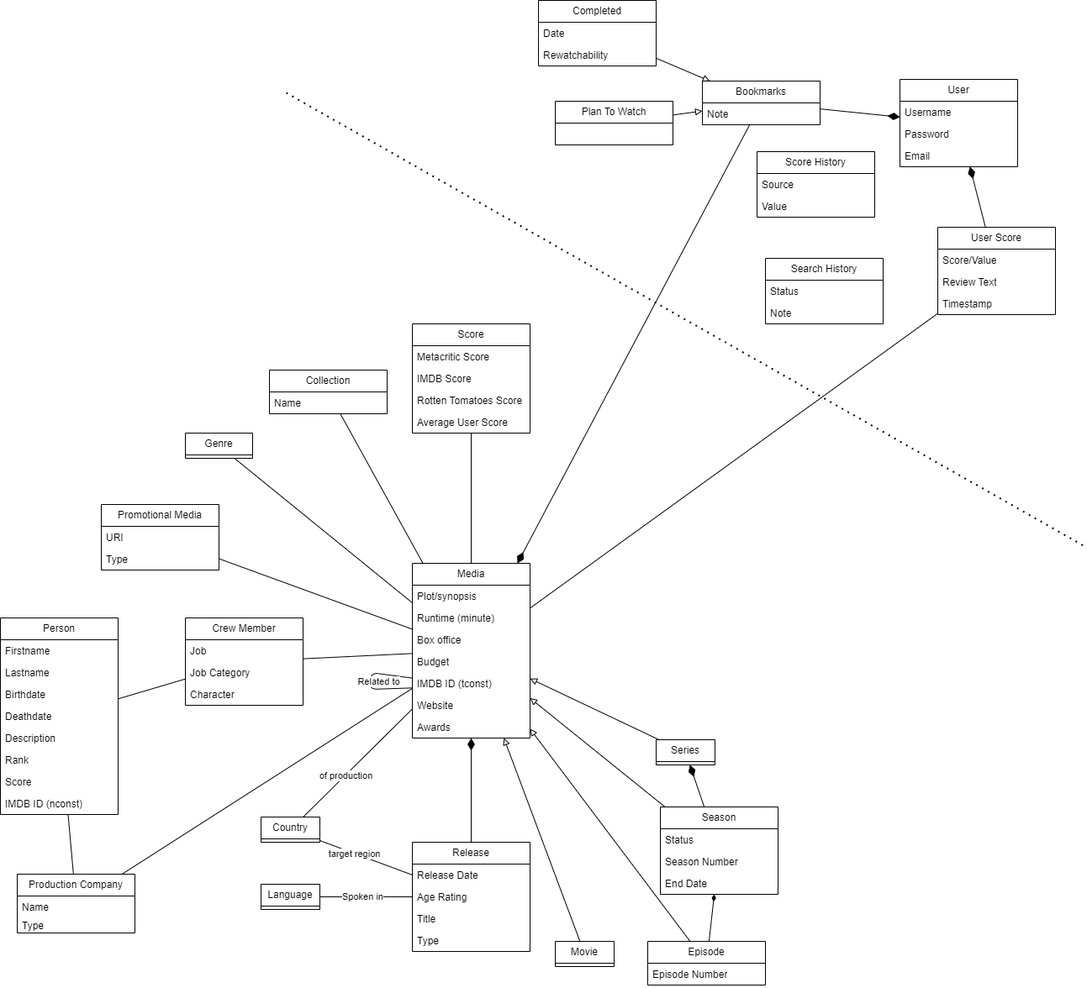
The draw.io diagram domain_model.drawio.png in RUC-MSc-CS-CIT-2024/portfolio_subproject_1, before a commit. Source tidied: cells renumbered, new cells last; positions are measured from the earlier drawing's top-left corner, leaving out a move shared by most shapes.
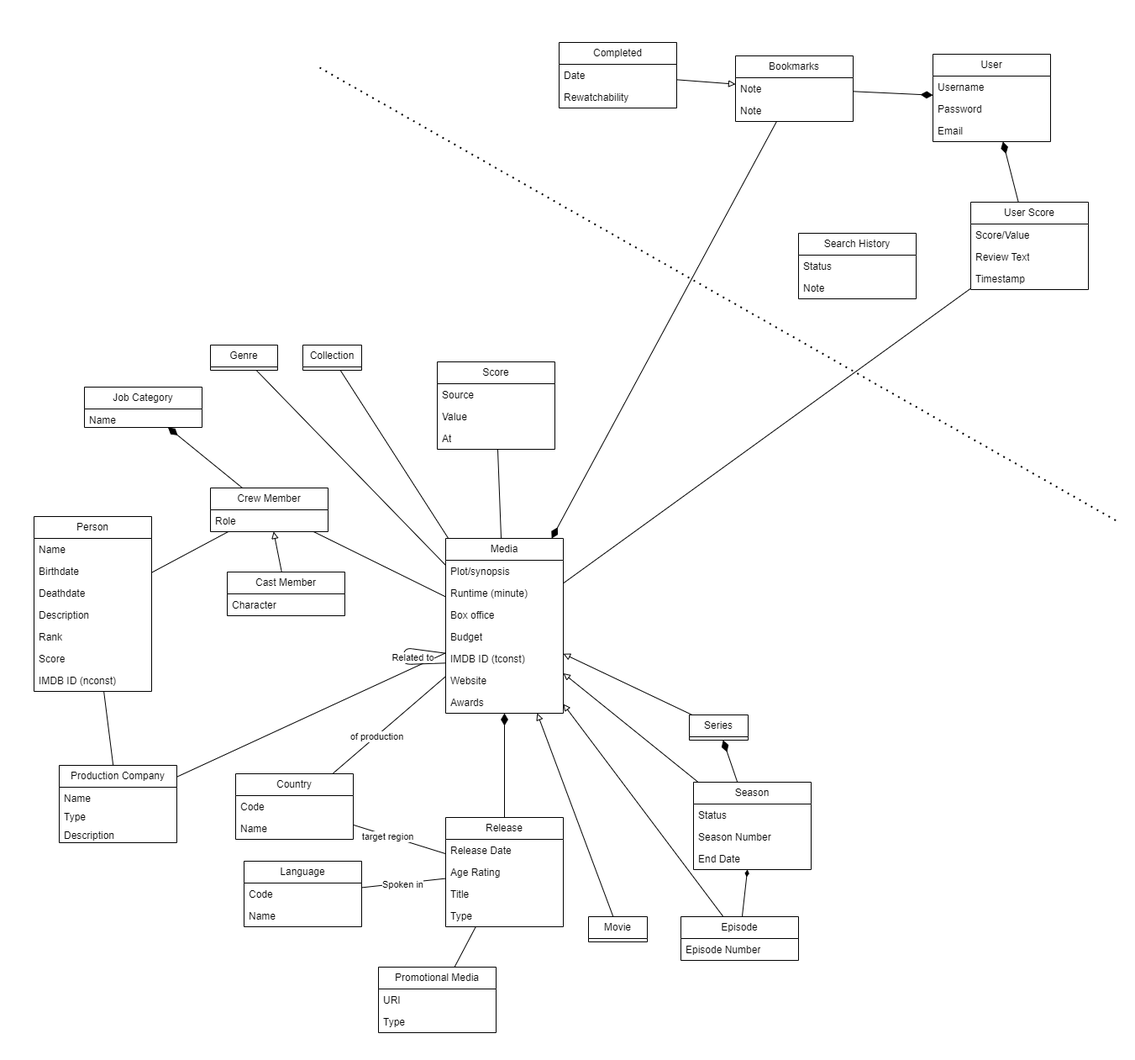
The same diagram one commit later.

Commit message:
feat: add build scripts for core data schema (#5)

What changed in the source:
```diff
@@ -2,6 +2,9 @@
   <root>
     <mxCell id="0" />
     <mxCell id="1" parent="0" />
+    <mxCell id="102" style="rounded=0;whiteSpace=wrap;html=1;imageAspect=1;shadow=0;glass=0;gradientColor=none;strokeColor=none;" parent="1" vertex="1">
+      <mxGeometry x="-40" y="30" width="1350" height="1260" as="geometry" />
+    </mxCell>
     <mxCell id="2" style="rounded=0;jettySize=auto;html=1;endArrow=none;endFill=0;endSize=12;" parent="1" edge="1" source="7" target="43">
       <mxGeometry relative="1" as="geometry" />
     </mxCell>
@@ -87,7 +90,7 @@
       <mxGeometry relative="1" as="geometry" />
     </mxCell>
     <mxCell id="30" value="Genre" style="swimlane;fontStyle=0;horizontal=1;startSize=26;fillColor=none;whiteSpace=wrap;html=1;" parent="1" vertex="1" collapsed="1">
-      <mxGeometry x="220" y="515" width="80" height="30" as="geometry" />
+      <mxGeometry x="210" y="440" width="80" height="30" as="geometry" />
     </mxCell>
     <mxCell id="31" style="rounded=0;jettySize=auto;html=1;endArrow=diamondThin;endFill=1;endSize=12;" parent="1" edge="1" source="34" target="7">
       <mxGeometry relative="1" as="geometry" />
@@ -119,20 +122,20 @@
       <mxGeometry relative="1" as="geometry" />
     </mxCell>
     <mxCell id="40" value="Production Company" style="swimlane;fontStyle=0;horizontal=1;startSize=26;fillColor=none;whiteSpace=wrap;html=1;" parent="1" vertex="1">
-      <mxGeometry x="20" y="1040" width="140" height="70" as="geometry" />
+      <mxGeometry x="30" y="940" width="140" height="92" as="geometry" />
     </mxCell>
     <mxCell id="41" value="Name" style="text;strokeColor=none;fillColor=none;align=left;verticalAlign=top;spacingLeft=4;spacingRight=4;overflow=hidden;whiteSpace=wrap;html=1;" parent="40" vertex="1">
       <mxGeometry y="26" width="140" height="22" as="geometry" />
     </mxCell>
+    <mxCell id="103" value="Type" style="text;strokeColor=none;fillColor=none;align=left;verticalAlign=top;spacingLeft=4;spacingRight=4;overflow=hidden;whiteSpace=wrap;html=1;" parent="40" vertex="1">
+      <mxGeometry y="48" width="140" height="22" as="geometry" />
+    </mxCell>
-    <mxCell id="42" value="Type" style="text;strokeColor=none;fillColor=none;align=left;verticalAlign=top;spacingLeft=4;spacingRight=4;overflow=hidden;whiteSpace=wrap;html=1;" parent="40" vertex="1">
-      <mxGeometry y="48" width="140" height="22" as="geometry" />
+    <mxCell id="42" value="Description" style="text;strokeColor=none;fillColor=none;align=left;verticalAlign=top;spacingLeft=4;spacingRight=4;overflow=hidden;whiteSpace=wrap;html=1;" parent="40" vertex="1">
+      <mxGeometry y="70" width="140" height="22" as="geometry" />
     </mxCell>
-    <mxCell id="43" value="Collection" style="swimlane;fontStyle=0;horizontal=1;startSize=26;fillColor=none;whiteSpace=wrap;html=1;" parent="1" vertex="1">
-      <mxGeometry x="320" y="440" width="140" height="52" as="geometry" />
+    <mxCell id="43" value="Collection" style="swimlane;fontStyle=0;horizontal=1;startSize=26;fillColor=none;whiteSpace=wrap;html=1;" parent="1" vertex="1" collapsed="1">
+      <mxGeometry x="320" y="440" width="70" height="30" as="geometry" />
     </mxCell>
-    <mxCell id="44" value="Name" style="text;strokeColor=none;fillColor=none;align=left;verticalAlign=top;spacingLeft=4;spacingRight=4;overflow=hidden;whiteSpace=wrap;html=1;" parent="43" vertex="1">
-      <mxGeometry y="26" width="140" height="26" as="geometry" />
-    </mxCell>
     <mxCell id="45" style="rounded=0;jettySize=auto;html=1;endArrow=none;endFill=0;" parent="1" edge="1" source="47" target="71">
       <mxGeometry relative="1" as="geometry" />
     </mxCell>
@@ -140,50 +143,44 @@
       <mxGeometry relative="1" as="geometry" />
     </mxCell>
     <mxCell id="47" value="Person" style="swimlane;fontStyle=0;horizontal=1;startSize=26;fillColor=none;whiteSpace=wrap;html=1;" parent="1" vertex="1">
-      <mxGeometry y="735" width="140" height="234" as="geometry" />
+      <mxGeometry y="644" width="140" height="208" as="geometry" />
     </mxCell>
-    <mxCell id="48" value="Firstname" style="text;strokeColor=none;fillColor=none;align=left;verticalAlign=top;spacingLeft=4;spacingRight=4;overflow=hidden;whiteSpace=wrap;html=1;" parent="47" vertex="1">
-      <mxGeometry y="26" width="140" height="26" as="geometry" />
-    </mxCell>
-    <mxCell id="49" value="Lastname" style="text;strokeColor=none;fillColor=none;align=left;verticalAlign=top;spacingLeft=4;spacingRight=4;overflow=hidden;whiteSpace=wrap;html=1;" parent="47" vertex="1">
-      <mxGeometry y="52" width="140" height="26" as="geometry" />
+    <mxCell id="49" value="Name" style="text;strokeColor=none;fillColor=none;align=left;verticalAlign=top;spacingLeft=4;spacingRight=4;overflow=hidden;whiteSpace=wrap;html=1;" parent="47" vertex="1">
+      <mxGeometry y="26" width="140" height="26" as="geometry" />
     </mxCell>
     <mxCell id="50" value="Birthdate" style="text;strokeColor=none;fillColor=none;align=left;verticalAlign=top;spacingLeft=4;spacingRight=4;overflow=hidden;whiteSpace=wrap;html=1;" parent="47" vertex="1">
-      <mxGeometry y="78" width="140" height="26" as="geometry" />
+      <mxGeometry y="52" width="140" height="26" as="geometry" />
     </mxCell>
     <mxCell id="51" value="Deathdate" style="text;strokeColor=none;fillColor=none;align=left;verticalAlign=top;spacingLeft=4;spacingRight=4;overflow=hidden;whiteSpace=wrap;html=1;" parent="47" vertex="1">
-      <mxGeometry y="104" width="140" height="26" as="geometry" />
+      <mxGeometry y="78" width="140" height="26" as="geometry" />
     </mxCell>
     <mxCell id="52" value="Description" style="text;strokeColor=none;fillColor=none;align=left;verticalAlign=top;spacingLeft=4;spacingRight=4;overflow=hidden;whiteSpace=wrap;html=1;" parent="47" vertex="1">
-      <mxGeometry y="130" width="140" height="26" as="geometry" />
+      <mxGeometry y="104" width="140" height="26" as="geometry" />
     </mxCell>
     <mxCell id="53" value="Rank" style="text;strokeColor=none;fillColor=none;align=left;verticalAlign=top;spacingLeft=4;spacingRight=4;overflow=hidden;whiteSpace=wrap;html=1;" parent="47" vertex="1">
-      <mxGeometry y="156" width="140" height="26" as="geometry" />
+      <mxGeometry y="130" width="140" height="26" as="geometry" />
     </mxCell>
     <mxCell id="54" value="Score" style="text;strokeColor=none;fillColor=none;align=left;verticalAlign=top;spacingLeft=4;spacingRight=4;overflow=hidden;whiteSpace=wrap;html=1;" parent="47" vertex="1">
-      <mxGeometry y="182" width="140" height="26" as="geometry" />
+      <mxGeometry y="156" width="140" height="26" as="geometry" />
     </mxCell>
     <mxCell id="55" value="IMDB ID (nconst)" style="text;strokeColor=none;fillColor=none;align=left;verticalAlign=top;spacingLeft=4;spacingRight=4;overflow=hidden;whiteSpace=wrap;html=1;" parent="47" vertex="1">
-      <mxGeometry y="208" width="140" height="26" as="geometry" />
+      <mxGeometry y="182" width="140" height="26" as="geometry" />
     </mxCell>
     <mxCell id="56" style="rounded=0;jettySize=auto;html=1;endArrow=none;endFill=0;" parent="1" edge="1" source="57" target="7">
       <mxGeometry relative="1" as="geometry" />
     </mxCell>
     <mxCell id="57" value="Score" style="swimlane;fontStyle=0;horizontal=1;startSize=26;fillColor=none;whiteSpace=wrap;html=1;" parent="1" vertex="1">
-      <mxGeometry x="490" y="385" width="140" height="130" as="geometry" />
+      <mxGeometry x="480" y="460" width="140" height="104" as="geometry" />
     </mxCell>
-    <mxCell id="58" value="Metacritic Score" style="text;strokeColor=none;fillColor=none;align=left;verticalAlign=top;spacingLeft=4;spacingRight=4;overflow=hidden;whiteSpace=wrap;html=1;" parent="57" vertex="1">
+    <mxCell id="58" value="Source" style="text;strokeColor=none;fillColor=none;align=left;verticalAlign=top;spacingLeft=4;spacingRight=4;overflow=hidden;whiteSpace=wrap;html=1;" parent="57" vertex="1">
       <mxGeometry y="26" width="140" height="26" as="geometry" />
     </mxCell>
-    <mxCell id="59" value="IMDB Score" style="text;strokeColor=none;fillColor=none;align=left;verticalAlign=top;spacingLeft=4;spacingRight=4;overflow=hidden;whiteSpace=wrap;html=1;" parent="57" vertex="1">
+    <mxCell id="59" value="Value" style="text;strokeColor=none;fillColor=none;align=left;verticalAlign=top;spacingLeft=4;spacingRight=4;overflow=hidden;whiteSpace=wrap;html=1;" parent="57" vertex="1">
       <mxGeometry y="52" width="140" height="26" as="geometry" />
     </mxCell>
-    <mxCell id="60" value="Rotten Tomatoes Score" style="text;strokeColor=none;fillColor=none;align=left;verticalAlign=top;spacingLeft=4;spacingRight=4;overflow=hidden;whiteSpace=wrap;html=1;" parent="57" vertex="1">
+    <mxCell id="60" value="At" style="text;strokeColor=none;fillColor=none;align=left;verticalAlign=top;spacingLeft=4;spacingRight=4;overflow=hidden;whiteSpace=wrap;html=1;" parent="57" vertex="1">
       <mxGeometry y="78" width="140" height="26" as="geometry" />
     </mxCell>
-    <mxCell id="61" value="Average User Score" style="text;strokeColor=none;fillColor=none;align=left;verticalAlign=top;spacingLeft=4;spacingRight=4;overflow=hidden;whiteSpace=wrap;html=1;" parent="57" vertex="1">
-      <mxGeometry y="104" width="140" height="26" as="geometry" />
-    </mxCell>
     <mxCell id="62" value="User Score" style="swimlane;fontStyle=0;horizontal=1;startSize=26;fillColor=none;whiteSpace=wrap;html=1;" parent="1" vertex="1">
       <mxGeometry x="1115" y="270" width="140" height="104" as="geometry" />
     </mxCell>
@@ -212,17 +209,11 @@
       <mxGeometry y="78" width="140" height="26" as="geometry" />
     </mxCell>
     <mxCell id="71" value="Crew Member" style="swimlane;fontStyle=0;horizontal=1;startSize=26;fillColor=none;whiteSpace=wrap;html=1;" parent="1" vertex="1">
-      <mxGeometry x="220" y="735" width="140" height="104" as="geometry" />
+      <mxGeometry x="210" y="610" width="140" height="52" as="geometry" />
     </mxCell>
-    <mxCell id="72" value="Job" style="text;strokeColor=none;fillColor=none;align=left;verticalAlign=top;spacingLeft=4;spacingRight=4;overflow=hidden;whiteSpace=wrap;html=1;" parent="71" vertex="1">
+    <mxCell id="72" value="Role" style="text;strokeColor=none;fillColor=none;align=left;verticalAlign=top;spacingLeft=4;spacingRight=4;overflow=hidden;whiteSpace=wrap;html=1;" parent="71" vertex="1">
       <mxGeometry y="26" width="140" height="26" as="geometry" />
     </mxCell>
-    <mxCell id="73" value="Job Category" style="text;strokeColor=none;fillColor=none;align=left;verticalAlign=top;spacingLeft=4;spacingRight=4;overflow=hidden;points=[[0,0.5],[1,0.5]];portConstraint=eastwest;whiteSpace=wrap;html=1;" parent="71" vertex="1">
-      <mxGeometry y="52" width="140" height="26" as="geometry" />
-    </mxCell>
-    <mxCell id="74" value="Character" style="text;strokeColor=none;fillColor=none;align=left;verticalAlign=top;spacingLeft=4;spacingRight=4;overflow=hidden;whiteSpace=wrap;html=1;" parent="71" vertex="1">
-      <mxGeometry y="78" width="140" height="26" as="geometry" />
-    </mxCell>
     <mxCell id="75" style="rounded=0;jettySize=auto;html=1;endArrow=diamondThin;endFill=1;startArrow=none;startFill=0;endSize=12;" parent="1" edge="1" source="77" target="7">
       <mxGeometry relative="1" as="geometry" />
     </mxCell>
@@ -230,16 +221,19 @@
       <mxGeometry relative="1" as="geometry" />
     </mxCell>
     <mxCell id="77" value="Bookmarks" style="swimlane;fontStyle=0;horizontal=1;startSize=26;fillColor=none;whiteSpace=wrap;html=1;" parent="1" vertex="1">
-      <mxGeometry x="835" y="96" width="140" height="52" as="geometry" />
+      <mxGeometry x="835" y="96" width="140" height="78" as="geometry" />
     </mxCell>
+    <mxCell id="104" value="Note" style="text;strokeColor=none;fillColor=none;align=left;verticalAlign=top;spacingLeft=4;spacingRight=4;overflow=hidden;whiteSpace=wrap;html=1;" parent="77" vertex="1">
+      <mxGeometry y="26" width="140" height="26" as="geometry" />
+    </mxCell>
     <mxCell id="78" value="Note" style="text;strokeColor=none;fillColor=none;align=left;verticalAlign=top;spacingLeft=4;spacingRight=4;overflow=hidden;whiteSpace=wrap;html=1;" parent="77" vertex="1">
-      <mxGeometry y="26" width="140" height="26" as="geometry" />
+      <mxGeometry y="52" width="140" height="26" as="geometry" />
     </mxCell>
     <mxCell id="79" style="rounded=0;jettySize=auto;html=1;endArrow=block;endFill=0;" parent="1" edge="1" source="80" target="77">
       <mxGeometry relative="1" as="geometry" />
     </mxCell>
     <mxCell id="80" value="Completed" style="swimlane;fontStyle=0;horizontal=1;startSize=26;fillColor=none;whiteSpace=wrap;html=1;" parent="1" vertex="1">
-      <mxGeometry x="640" width="140" height="78" as="geometry" />
+      <mxGeometry x="625" y="80" width="140" height="78" as="geometry" />
     </mxCell>
     <mxCell id="81" value="Date" style="text;strokeColor=none;fillColor=none;align=left;verticalAlign=top;spacingLeft=4;spacingRight=4;overflow=hidden;whiteSpace=wrap;html=1;" parent="80" vertex="1">
       <mxGeometry y="26" width="140" height="26" as="geometry" />
@@ -256,32 +250,17 @@
     <mxCell id="85" value="Note" style="text;strokeColor=none;fillColor=none;align=left;verticalAlign=top;spacingLeft=4;spacingRight=4;overflow=hidden;whiteSpace=wrap;html=1;" parent="83" vertex="1">
       <mxGeometry y="52" width="140" height="26" as="geometry" />
     </mxCell>
-    <mxCell id="86" style="rounded=0;jettySize=auto;html=1;endArrow=block;endFill=0;" parent="1" edge="1" source="87" target="77">
-      <mxGeometry relative="1" as="geometry" />
-    </mxCell>
-    <mxCell id="87" value="Plan To Watch" style="swimlane;fontStyle=0;horizontal=1;startSize=26;fillColor=none;whiteSpace=wrap;html=1;" parent="1" vertex="1">
-      <mxGeometry x="660" y="120" width="140" height="52" as="geometry" />
-    </mxCell>
-    <mxCell id="88" value="Score History" style="swimlane;fontStyle=0;horizontal=1;startSize=26;fillColor=none;whiteSpace=wrap;html=1;" parent="1" vertex="1">
-      <mxGeometry x="900" y="180" width="140" height="78" as="geometry" />
-    </mxCell>
-    <mxCell id="89" value="Source" style="text;strokeColor=none;fillColor=none;align=left;verticalAlign=top;spacingLeft=4;spacingRight=4;overflow=hidden;whiteSpace=wrap;html=1;" parent="88" vertex="1">
-      <mxGeometry y="26" width="140" height="26" as="geometry" />
-    </mxCell>
-    <mxCell id="90" value="Value" style="text;strokeColor=none;fillColor=none;align=left;verticalAlign=top;spacingLeft=4;spacingRight=4;overflow=hidden;whiteSpace=wrap;html=1;" parent="88" vertex="1">
-      <mxGeometry y="52" width="140" height="26" as="geometry" />
-    </mxCell>
     <mxCell id="91" style="endArrow=none;dashed=1;html=1;dashPattern=1 3;strokeWidth=2;rounded=0;" parent="1" edge="1">
       <mxGeometry relative="1" as="geometry">
         <mxPoint x="340" y="110" as="sourcePoint" />
         <mxPoint x="1290" y="650" as="targetPoint" />
       </mxGeometry>
     </mxCell>
-    <mxCell id="92" style="edgeStyle=none;html=1;startArrow=none;startFill=0;endArrow=none;endFill=0;startSize=6;endSize=12;" parent="1" edge="1" source="93" target="7">
+    <mxCell id="92" style="edgeStyle=none;html=1;startArrow=none;startFill=0;endArrow=none;endFill=0;startSize=6;endSize=12;" parent="1" edge="1" source="93" target="34">
       <mxGeometry relative="1" as="geometry" />
     </mxCell>
     <mxCell id="93" value="Promotional Media" style="swimlane;fontStyle=0;horizontal=1;startSize=26;fillColor=none;whiteSpace=wrap;html=1;" parent="1" vertex="1">
-      <mxGeometry x="120" y="600" width="140" height="78" as="geometry" />
+      <mxGeometry x="410" y="1180" width="140" height="78" as="geometry" />
     </mxCell>
     <mxCell id="94" value="URI" style="text;strokeColor=none;fillColor=none;align=left;verticalAlign=top;spacingLeft=4;spacingRight=4;overflow=hidden;whiteSpace=wrap;html=1;" parent="93" vertex="1">
       <mxGeometry y="26" width="140" height="26" as="geometry" />
@@ -297,9 +276,15 @@
         <mxPoint x="17" y="-3" as="offset" />
       </mxGeometry>
     </mxCell>
-    <mxCell id="98" value="Language" style="swimlane;fontStyle=0;horizontal=1;startSize=26;fillColor=none;whiteSpace=wrap;html=1;" parent="1" vertex="1" collapsed="1">
-      <mxGeometry x="310" y="1052" width="70" height="30" as="geometry" />
+    <mxCell id="98" value="Language" style="swimlane;fontStyle=0;horizontal=1;startSize=26;fillColor=none;whiteSpace=wrap;html=1;" parent="1" vertex="1">
+      <mxGeometry x="250" y="1054" width="140" height="78" as="geometry" />
     </mxCell>
+    <mxCell id="105" value="Code" style="text;strokeColor=none;fillColor=none;align=left;verticalAlign=top;spacingLeft=4;spacingRight=4;overflow=hidden;whiteSpace=wrap;html=1;" parent="98" vertex="1">
+      <mxGeometry y="26" width="140" height="26" as="geometry" />
+    </mxCell>
+    <mxCell id="106" value="Name" style="text;strokeColor=none;fillColor=none;align=left;verticalAlign=top;spacingLeft=4;spacingRight=4;overflow=hidden;whiteSpace=wrap;html=1;" parent="98" vertex="1">
+      <mxGeometry y="52" width="140" height="26" as="geometry" />
+    </mxCell>
     <mxCell id="99" style="edgeStyle=none;html=1;startArrow=none;startFill=0;endArrow=none;endFill=0;startSize=6;endSize=12;" parent="1" edge="1">
       <mxGeometry relative="1" as="geometry">
         <mxPoint x="490" y="806.7" as="sourcePoint" />
@@ -315,8 +300,32 @@
         <mxPoint x="-22" y="-10" as="offset" />
       </mxGeometry>
     </mxCell>
-    <mxCell id="101" value="Country" style="swimlane;fontStyle=0;horizontal=1;startSize=26;fillColor=none;whiteSpace=wrap;html=1;" parent="1" vertex="1" collapsed="1">
-      <mxGeometry x="310" y="972" width="70" height="30" as="geometry" />
+    <mxCell id="101" value="Country" style="swimlane;fontStyle=0;horizontal=1;startSize=26;fillColor=none;whiteSpace=wrap;html=1;" parent="1" vertex="1">
+      <mxGeometry x="240" y="950" width="140" height="78" as="geometry" />
     </mxCell>
+    <mxCell id="107" value="Code" style="text;strokeColor=none;fillColor=none;align=left;verticalAlign=top;spacingLeft=4;spacingRight=4;overflow=hidden;whiteSpace=wrap;html=1;" parent="101" vertex="1">
+      <mxGeometry y="26" width="140" height="26" as="geometry" />
+    </mxCell>
+    <mxCell id="108" value="Name" style="text;strokeColor=none;fillColor=none;align=left;verticalAlign=top;spacingLeft=4;spacingRight=4;overflow=hidden;whiteSpace=wrap;html=1;" parent="101" vertex="1">
+      <mxGeometry y="52" width="140" height="26" as="geometry" />
+    </mxCell>
+    <mxCell id="109" style="edgeStyle=none;html=1;endArrow=none;endFill=0;startArrow=diamondThin;startFill=1;endSize=6;startSize=12;" parent="1" edge="1" source="73" target="71">
+      <mxGeometry relative="1" as="geometry" />
+    </mxCell>
+    <mxCell id="73" value="Job Category" style="swimlane;fontStyle=0;horizontal=1;startSize=26;fillColor=none;whiteSpace=wrap;html=1;" parent="1" vertex="1">
+      <mxGeometry x="60" y="490" width="140" height="48" as="geometry" />
+    </mxCell>
+    <mxCell id="110" value="Name" style="text;strokeColor=none;fillColor=none;align=left;verticalAlign=top;spacingLeft=4;spacingRight=4;overflow=hidden;whiteSpace=wrap;html=1;" parent="73" vertex="1">
+      <mxGeometry y="26" width="140" height="22" as="geometry" />
+    </mxCell>
+    <mxCell id="111" style="edgeStyle=none;html=1;endArrow=block;endFill=0;" parent="1" edge="1" source="112" target="71">
+      <mxGeometry relative="1" as="geometry" />
+    </mxCell>
+    <mxCell id="112" value="Cast Member" style="swimlane;fontStyle=0;horizontal=1;startSize=26;fillColor=none;whiteSpace=wrap;html=1;" parent="1" vertex="1">
+      <mxGeometry x="230" y="710" width="140" height="52" as="geometry" />
+    </mxCell>
+    <mxCell id="74" value="Character" style="text;strokeColor=none;fillColor=none;align=left;verticalAlign=top;spacingLeft=4;spacingRight=4;overflow=hidden;whiteSpace=wrap;html=1;" parent="112" vertex="1">
+      <mxGeometry y="26" width="140" height="26" as="geometry" />
+    </mxCell>
   </root>
 </mxGraphModel>
```
